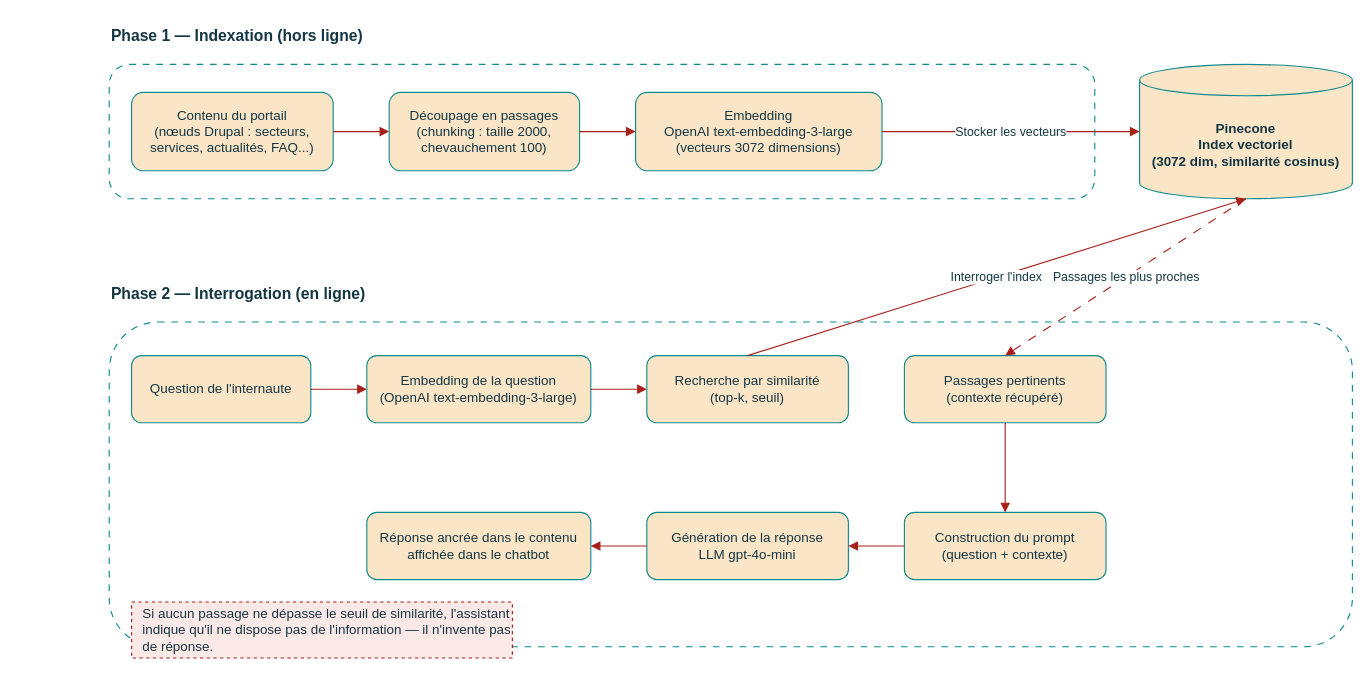
This is diagramme/sprint5/schema-rag.drawio from salmaelheni/pfe-salma-ingenieur-rapport, a draw.io file, before an edit. Source tidied: cells renumbered, new cells numbered last; positions are measured from the earlier drawing's top-left corner, leaving out a move shared by most shapes. Both pictures are drawn from the tidied source at 112%, with x=0, y=0 at pixel (109, 19).
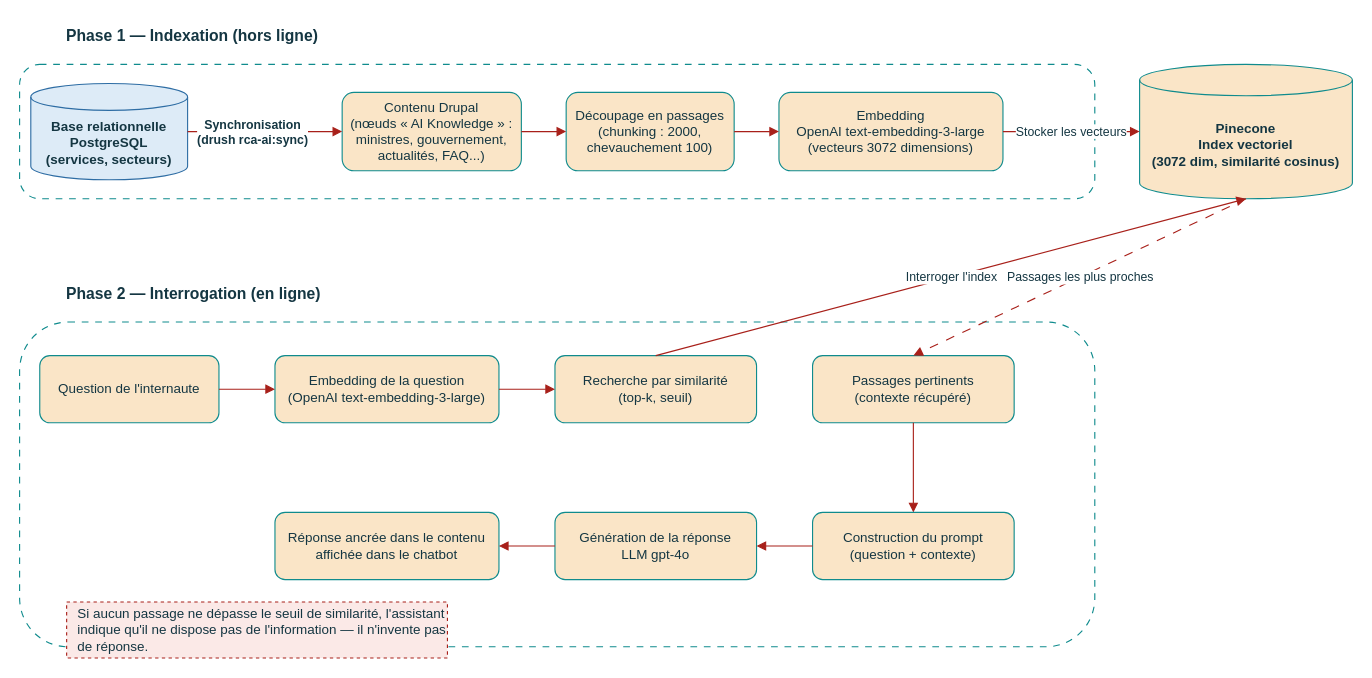
After the change.

The change refers to these unchanged cells:
```xml
<mxCell id="9" value="Pinecone&#10;Index vectoriel&#10;(3072 dim, similarité cosinus)" style="shape=cylinder3;whiteSpace=wrap;html=1;boundedLbl=1;backgroundOutline=1;size=14;fillColor=#FAE5C7;strokeColor=#0F8B8D;fontColor=#143642;fontStyle=1;" parent="1" vertex="1">
  <mxGeometry x="920" y="40" width="190" height="120" as="geometry" />
</mxCell>
```

Change to the diagram source:
```diff
@@
     <mxCell id="2" value="Phase 1 — Indexation (hors ligne)" style="text;html=1;whiteSpace=wrap;strokeColor=none;fillColor=none;align=left;verticalAlign=middle;fontStyle=1;fontSize=14;fontColor=#143642;" parent="1" vertex="1">
-      <mxGeometry width="360" height="30" as="geometry" />
+      <mxGeometry x="-40" width="360" height="30" as="geometry" />
     </mxCell>
     <mxCell id="3" style="rounded=1;whiteSpace=wrap;html=1;fillColor=none;strokeColor=#0F8B8D;dashed=1;dashPattern=6 6;verticalAlign=top;fontColor=#143642;" parent="1" vertex="1">
-      <mxGeometry y="40" width="880" height="120" as="geometry" />
+      <mxGeometry x="-80" y="40" width="960" height="120" as="geometry" />
     </mxCell>
+    <mxCell id="28" value="Base relationnelle&#10;PostgreSQL&#10;(services, secteurs)" style="shape=cylinder3;whiteSpace=wrap;html=1;boundedLbl=1;backgroundOutline=1;size=12;fillColor=#DDEBF7;strokeColor=#2E6DA4;fontColor=#143642;fontStyle=1;" parent="1" vertex="1">
+      <mxGeometry x="-70" y="57" width="140" height="86" as="geometry" />
+    </mxCell>
-    <mxCell id="4" value="Contenu du portail&#10;(nœuds Drupal : secteurs, services, actualités, FAQ...)" style="rounded=1;whiteSpace=wrap;html=1;fillColor=#FAE5C7;strokeColor=#0F8B8D;fontColor=#143642;" parent="1" vertex="1">
-      <mxGeometry x="20" y="65" width="180" height="70" as="geometry" />
+    <mxCell id="4" value="Contenu Drupal&lt;br&gt;(nœuds « AI Knowledge » :&lt;br&gt;ministres, gouvernement, actualités, FAQ...)" style="rounded=1;whiteSpace=wrap;html=1;fillColor=#FAE5C7;strokeColor=#0F8B8D;fontColor=#143642;" parent="1" vertex="1">
+      <mxGeometry x="208" y="65" width="160" height="70" as="geometry" />
     </mxCell>
-    <mxCell id="5" value="Découpage en passages&#10;(chunking : taille 2000, chevauchement 100)" style="rounded=1;whiteSpace=wrap;html=1;fillColor=#FAE5C7;strokeColor=#0F8B8D;fontColor=#143642;" parent="1" vertex="1">
-      <mxGeometry x="250" y="65" width="170" height="70" as="geometry" />
+    <mxCell id="5" value="Découpage en passages&#10;(chunking : 2000, chevauchement 100)" style="rounded=1;whiteSpace=wrap;html=1;fillColor=#FAE5C7;strokeColor=#0F8B8D;fontColor=#143642;" parent="1" vertex="1">
+      <mxGeometry x="408" y="65" width="150" height="70" as="geometry" />
     </mxCell>
     <mxCell id="6" value="Embedding&#10;OpenAI text-embedding-3-large&#10;(vecteurs 3072 dimensions)" style="rounded=1;whiteSpace=wrap;html=1;fillColor=#FAE5C7;strokeColor=#0F8B8D;fontColor=#143642;" parent="1" vertex="1">
-      <mxGeometry x="470" y="65" width="220" height="70" as="geometry" />
+      <mxGeometry x="598" y="65" width="200" height="70" as="geometry" />
     </mxCell>
+    <mxCell id="29" style="endArrow=block;endFill=1;html=1;rounded=0;strokeColor=#A8201A;fontColor=#143642;fontStyle=1;" parent="1" edge="1" source="28" target="4">
+      <mxGeometry x="0.36" y="-40" relative="1" as="geometry" />
+    </mxCell>
+    <mxCell id="30" value="&lt;span style=&quot;color: rgb(20, 54, 66); font-weight: 700;&quot;&gt;Synchronisation&lt;/span&gt;&lt;br style=&quot;color: rgb(20, 54, 66); font-weight: 700;&quot;&gt;&lt;span style=&quot;color: rgb(20, 54, 66); font-weight: 700;&quot;&gt;(drush rca-ai:sync)&lt;/span&gt;" style="edgeLabel;html=1;align=center;verticalAlign=middle;" parent="29" vertex="1">
+      <mxGeometry x="-0.18" relative="1" as="geometry" />
+    </mxCell>
-    <mxCell id="7" style="endArrow=block;endFill=1;html=1;rounded=0;strokeColor=#A8201A;fontColor=#143642;" parent="1" edge="1">
-      <mxGeometry relative="1" as="geometry">
-        <mxPoint x="200" y="100" as="sourcePoint" />
-        <mxPoint x="250" y="100" as="targetPoint" />
-      </mxGeometry>
+    <mxCell id="7" style="endArrow=block;endFill=1;html=1;rounded=0;strokeColor=#A8201A;fontColor=#143642;" parent="1" edge="1" source="4" target="5">
+      <mxGeometry relative="1" as="geometry" />
     </mxCell>
-    <mxCell id="8" style="endArrow=block;endFill=1;html=1;rounded=0;strokeColor=#A8201A;fontColor=#143642;" parent="1" edge="1">
-      <mxGeometry relative="1" as="geometry">
-        <mxPoint x="420" y="100" as="sourcePoint" />
-        <mxPoint x="470" y="100" as="targetPoint" />
-      </mxGeometry>
+    <mxCell id="8" style="endArrow=block;endFill=1;html=1;rounded=0;strokeColor=#A8201A;fontColor=#143642;" parent="1" edge="1" source="5" target="6">
+      <mxGeometry relative="1" as="geometry" />
     </mxCell>
@@
-    <mxCell id="10" value="Stocker les vecteurs" style="endArrow=block;endFill=1;html=1;rounded=0;strokeColor=#A8201A;fontColor=#143642;" parent="1" edge="1">
-      <mxGeometry relative="1" as="geometry">
-        <mxPoint x="690" y="100" as="sourcePoint" />
-        <mxPoint x="920" y="100" as="targetPoint" />
-      </mxGeometry>
+    <mxCell id="10" value="Stocker les vecteurs" style="endArrow=block;endFill=1;html=1;rounded=0;strokeColor=#A8201A;fontColor=#143642;" parent="1" edge="1" source="6" target="9">
+      <mxGeometry relative="1" as="geometry" />
     </mxCell>
     <mxCell id="11" value="Phase 2 — Interrogation (en ligne)" style="text;html=1;whiteSpace=wrap;strokeColor=none;fillColor=none;align=left;verticalAlign=middle;fontStyle=1;fontSize=14;fontColor=#143642;" parent="1" vertex="1">
-      <mxGeometry y="230" width="360" height="30" as="geometry" />
+      <mxGeometry x="-40" y="230" width="360" height="30" as="geometry" />
     </mxCell>
     <mxCell id="12" style="rounded=1;whiteSpace=wrap;html=1;fillColor=none;strokeColor=#0F8B8D;dashed=1;dashPattern=6 6;verticalAlign=top;fontColor=#143642;" parent="1" vertex="1">
-      <mxGeometry y="270" width="1110" height="290" as="geometry" />
+      <mxGeometry x="-80" y="270" width="960" height="290" as="geometry" />
     </mxCell>
     <mxCell id="13" value="Question de l'internaute" style="rounded=1;whiteSpace=wrap;html=1;fillColor=#FAE5C7;strokeColor=#0F8B8D;fontColor=#143642;" parent="1" vertex="1">
-      <mxGeometry x="20" y="300" width="160" height="60" as="geometry" />
+      <mxGeometry x="-62" y="300" width="160" height="60" as="geometry" />
     </mxCell>
     <mxCell id="14" value="Embedding de la question&#10;(OpenAI text-embedding-3-large)" style="rounded=1;whiteSpace=wrap;html=1;fillColor=#FAE5C7;strokeColor=#0F8B8D;fontColor=#143642;" parent="1" vertex="1">
-      <mxGeometry x="230" y="300" width="200" height="60" as="geometry" />
+      <mxGeometry x="148" y="300" width="200" height="60" as="geometry" />
     </mxCell>
     <mxCell id="15" value="Recherche par similarité&#10;(top-k, seuil)" style="rounded=1;whiteSpace=wrap;html=1;fillColor=#FAE5C7;strokeColor=#0F8B8D;fontColor=#143642;" parent="1" vertex="1">
-      <mxGeometry x="480" y="300" width="180" height="60" as="geometry" />
+      <mxGeometry x="398" y="300" width="180" height="60" as="geometry" />
     </mxCell>
     <mxCell id="16" value="Passages pertinents&#10;(contexte récupéré)" style="rounded=1;whiteSpace=wrap;html=1;fillColor=#FAE5C7;strokeColor=#0F8B8D;fontColor=#143642;" parent="1" vertex="1">
-      <mxGeometry x="710" y="300" width="180" height="60" as="geometry" />
+      <mxGeometry x="628" y="300" width="180" height="60" as="geometry" />
     </mxCell>
     <mxCell id="17" style="endArrow=block;endFill=1;html=1;rounded=0;strokeColor=#A8201A;fontColor=#143642;" parent="1" edge="1">
       <mxGeometry relative="1" as="geometry">
-        <mxPoint x="180" y="330" as="sourcePoint" />
-        <mxPoint x="230" y="330" as="targetPoint" />
+        <mxPoint x="98" y="330" as="sourcePoint" />
+        <mxPoint x="148" y="330" as="targetPoint" />
       </mxGeometry>
     </mxCell>
     <mxCell id="18" style="endArrow=block;endFill=1;html=1;rounded=0;strokeColor=#A8201A;fontColor=#143642;" parent="1" edge="1">
       <mxGeometry relative="1" as="geometry">
-        <mxPoint x="430" y="330" as="sourcePoint" />
-        <mxPoint x="480" y="330" as="targetPoint" />
+        <mxPoint x="348" y="330" as="sourcePoint" />
+        <mxPoint x="398" y="330" as="targetPoint" />
       </mxGeometry>
     </mxCell>
@@
     <mxCell id="21" style="endArrow=block;endFill=1;html=1;rounded=0;strokeColor=#A8201A;fontColor=#143642;" parent="1" edge="1">
       <mxGeometry relative="1" as="geometry">
-        <mxPoint x="800" y="360" as="sourcePoint" />
-        <mxPoint x="800" y="440" as="targetPoint" />
+        <mxPoint x="718" y="360" as="sourcePoint" />
+        <mxPoint x="718" y="440" as="targetPoint" />
       </mxGeometry>
     </mxCell>
     <mxCell id="22" value="Construction du prompt&#10;(question + contexte)" style="rounded=1;whiteSpace=wrap;html=1;fillColor=#FAE5C7;strokeColor=#0F8B8D;fontColor=#143642;" parent="1" vertex="1">
-      <mxGeometry x="710" y="440" width="180" height="60" as="geometry" />
+      <mxGeometry x="628" y="440" width="180" height="60" as="geometry" />
     </mxCell>
-    <mxCell id="23" value="Génération de la réponse&#10;LLM gpt-4o-mini" style="rounded=1;whiteSpace=wrap;html=1;fillColor=#FAE5C7;strokeColor=#0F8B8D;fontColor=#143642;" parent="1" vertex="1">
-      <mxGeometry x="480" y="440" width="180" height="60" as="geometry" />
+    <mxCell id="23" value="Génération de la réponse&lt;br&gt;LLM gpt-4o" style="rounded=1;whiteSpace=wrap;html=1;fillColor=#FAE5C7;strokeColor=#0F8B8D;fontColor=#143642;" parent="1" vertex="1">
+      <mxGeometry x="398" y="440" width="180" height="60" as="geometry" />
     </mxCell>
     <mxCell id="24" value="Réponse ancrée dans le contenu&#10;affichée dans le chatbot" style="rounded=1;whiteSpace=wrap;html=1;fillColor=#FAE5C7;strokeColor=#0F8B8D;fontColor=#143642;" parent="1" vertex="1">
-      <mxGeometry x="230" y="440" width="200" height="60" as="geometry" />
+      <mxGeometry x="148" y="440" width="200" height="60" as="geometry" />
     </mxCell>
     <mxCell id="25" style="endArrow=block;endFill=1;html=1;rounded=0;strokeColor=#A8201A;fontColor=#143642;" parent="1" edge="1">
       <mxGeometry relative="1" as="geometry">
-        <mxPoint x="710" y="470" as="sourcePoint" />
-        <mxPoint x="660" y="470" as="targetPoint" />
+        <mxPoint x="628" y="470" as="sourcePoint" />
+        <mxPoint x="578" y="470" as="targetPoint" />
       </mxGeometry>
     </mxCell>
     <mxCell id="26" style="endArrow=block;endFill=1;html=1;rounded=0;strokeColor=#A8201A;fontColor=#143642;" parent="1" edge="1">
       <mxGeometry relative="1" as="geometry">
-        <mxPoint x="480" y="470" as="sourcePoint" />
-        <mxPoint x="430" y="470" as="targetPoint" />
+        <mxPoint x="398" y="470" as="sourcePoint" />
+        <mxPoint x="348" y="470" as="targetPoint" />
       </mxGeometry>
     </mxCell>
     <mxCell id="27" value="Si aucun passage ne dépasse le seuil de similarité, l'assistant indique qu'il ne dispose pas de l'information — il n'invente pas de réponse." style="rounded=0;whiteSpace=wrap;html=1;fillColor=#FBE9E7;strokeColor=#A8201A;fontColor=#143642;dashed=1;align=left;spacingLeft=8;" parent="1" vertex="1">
-      <mxGeometry x="20" y="520" width="340" height="50" as="geometry" />
+      <mxGeometry x="-38" y="520" width="340" height="50" as="geometry" />
     </mxCell>
```
